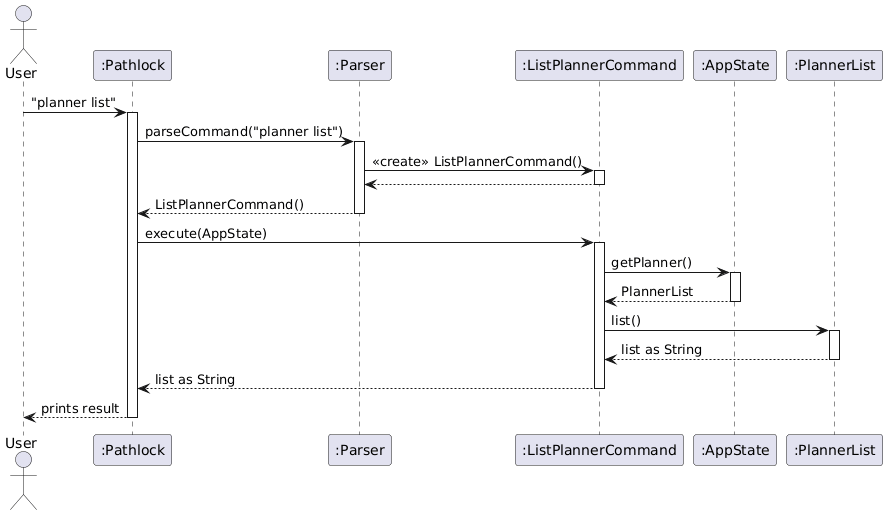
Above: docs/Diagrams/seq_diag_plannerlist.png in shiyong52/tp (PlantUML), before the change. Source of this version:
```plantuml
@startuml
actor User
participant ":Pathlock" as Pathlock
participant ":Parser" as Parser
participant ":ListPlannerCommand" as Command
participant ":AppState" as App
participant ":PlannerList" as PlannerList
User -> Pathlock : "planner list"
activate Pathlock
Pathlock -> Parser: parseCommand("planner list")
activate Parser
Parser -> Command: <<create>> ListPlannerCommand()
activate Command
Command --> Parser
deactivate Command
Parser --> Pathlock: ListPlannerCommand()
deactivate Parser
Pathlock -> Command : execute(AppState)
activate Command
Command -> App: getPlanner()
activate App
App --> Command : PlannerList
deactivate App
Command -> PlannerList : list()
activate PlannerList
PlannerList --> Command : list as String
deactivate PlannerList
Command --> Pathlock : list as String
deactivate Command
Pathlock --> User : prints result
deactivate Pathlock
@enduml
```
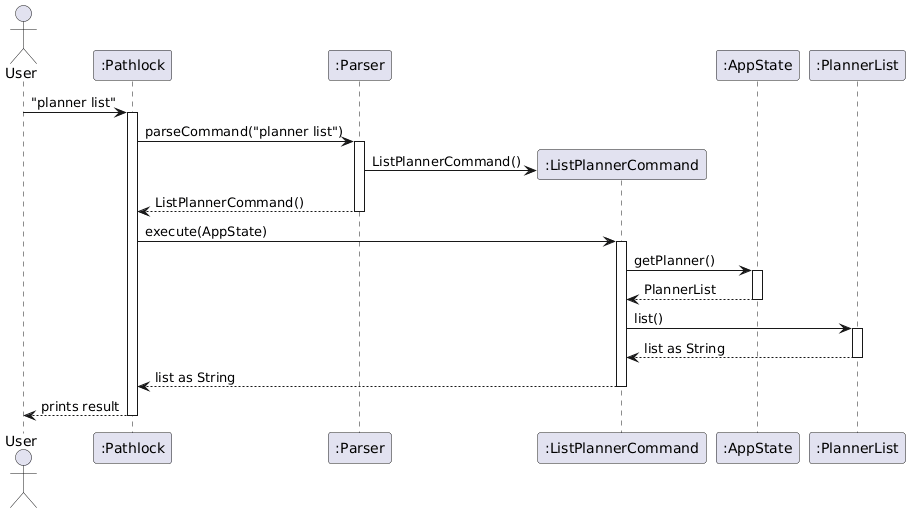
After the change.

Diff of the diagram source:
```diff
@@ -9,10 +9,8 @@
 activate Pathlock
 Pathlock -> Parser: parseCommand("planner list")
 activate Parser
-Parser -> Command: <<create>> ListPlannerCommand()
-activate Command
-Command --> Parser
-deactivate Command
+create Command
+Parser -> Command: ListPlannerCommand()
 Parser --> Pathlock: ListPlannerCommand()
 deactivate Parser
 Pathlock -> Command : execute(AppState)
```
